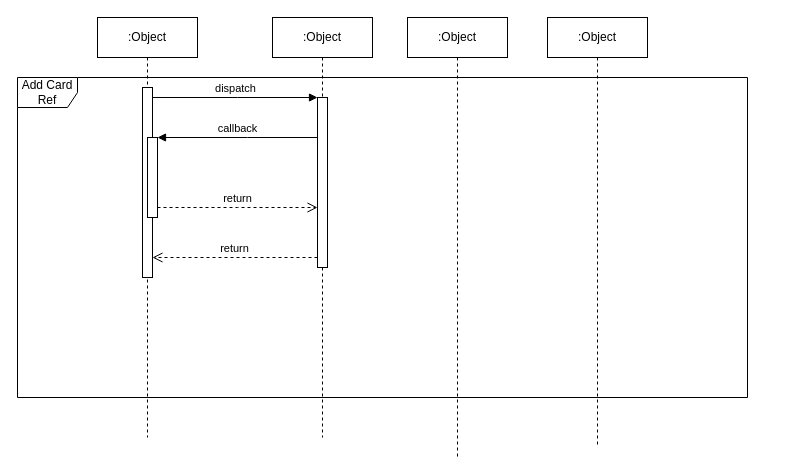
wasimic311/uml keeps this draw.io diagram as FlashCardSequence.drawio. Above is the earlier version. Source tidied: cells renumbered, new cells numbered last; positions are measured from the earlier drawing's top-left corner, leaving out a move shared by most shapes. Both pictures are drawn from the tidied source at 100%, with x=0, y=0 at pixel (17, 17).
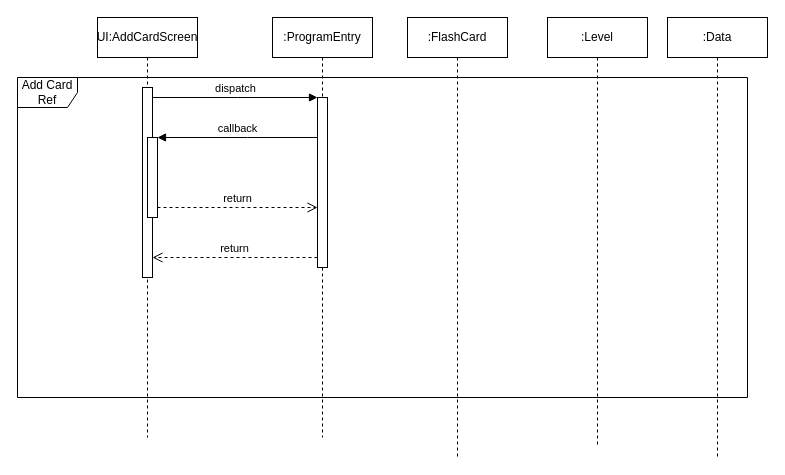
The same page after the edit.

What changed in the source:
```diff
@@
-    <mxCell id="2" value=":Object" style="shape=umlLifeline;perimeter=lifelinePerimeter;whiteSpace=wrap;html=1;newEdgeStyle={&quot;edgeStyle&quot;:&quot;elbowEdgeStyle&quot;,&quot;elbow&quot;:&quot;vertical&quot;,&quot;curved&quot;:0,&quot;rounded&quot;:0};" parent="1" vertex="1">
+    <mxCell id="2" value="UI:AddCardScreen" style="shape=umlLifeline;perimeter=lifelinePerimeter;whiteSpace=wrap;html=1;newEdgeStyle={&quot;edgeStyle&quot;:&quot;elbowEdgeStyle&quot;,&quot;elbow&quot;:&quot;vertical&quot;,&quot;curved&quot;:0,&quot;rounded&quot;:0};" parent="1" vertex="1">
       <mxGeometry x="80" width="100" height="420" as="geometry" />
     </mxCell>
@@
-    <mxCell id="5" value=":Object" style="shape=umlLifeline;perimeter=lifelinePerimeter;whiteSpace=wrap;html=1;newEdgeStyle={&quot;edgeStyle&quot;:&quot;elbowEdgeStyle&quot;,&quot;elbow&quot;:&quot;vertical&quot;,&quot;curved&quot;:0,&quot;rounded&quot;:0};" parent="1" vertex="1">
+    <mxCell id="5" value=":ProgramEntry" style="shape=umlLifeline;perimeter=lifelinePerimeter;whiteSpace=wrap;html=1;newEdgeStyle={&quot;edgeStyle&quot;:&quot;elbowEdgeStyle&quot;,&quot;elbow&quot;:&quot;vertical&quot;,&quot;curved&quot;:0,&quot;rounded&quot;:0};" parent="1" vertex="1">
       <mxGeometry x="255" width="100" height="420" as="geometry" />
     </mxCell>
@@
-    <mxCell id="12" value=":Object" style="shape=umlLifeline;perimeter=lifelinePerimeter;whiteSpace=wrap;html=1;newEdgeStyle={&quot;curved&quot;:0,&quot;rounded&quot;:0};" parent="1" vertex="1">
+    <mxCell id="12" value=":FlashCard" style="shape=umlLifeline;perimeter=lifelinePerimeter;whiteSpace=wrap;html=1;newEdgeStyle={&quot;curved&quot;:0,&quot;rounded&quot;:0};" parent="1" vertex="1">
       <mxGeometry x="390" width="100" height="440" as="geometry" />
     </mxCell>
-    <mxCell id="13" value=":Object" style="shape=umlLifeline;perimeter=lifelinePerimeter;whiteSpace=wrap;html=1;newEdgeStyle={&quot;curved&quot;:0,&quot;rounded&quot;:0};" parent="1" vertex="1">
+    <mxCell id="13" value=":Level" style="shape=umlLifeline;perimeter=lifelinePerimeter;whiteSpace=wrap;html=1;newEdgeStyle={&quot;curved&quot;:0,&quot;rounded&quot;:0};" parent="1" vertex="1">
       <mxGeometry x="530" width="100" height="430" as="geometry" />
     </mxCell>
+    <mxCell id="14" value=":Data" style="shape=umlLifeline;perimeter=lifelinePerimeter;whiteSpace=wrap;html=1;newEdgeStyle={&quot;curved&quot;:0,&quot;rounded&quot;:0};" parent="1" vertex="1">
+      <mxGeometry x="650" width="100" height="440" as="geometry" />
+    </mxCell>
```
